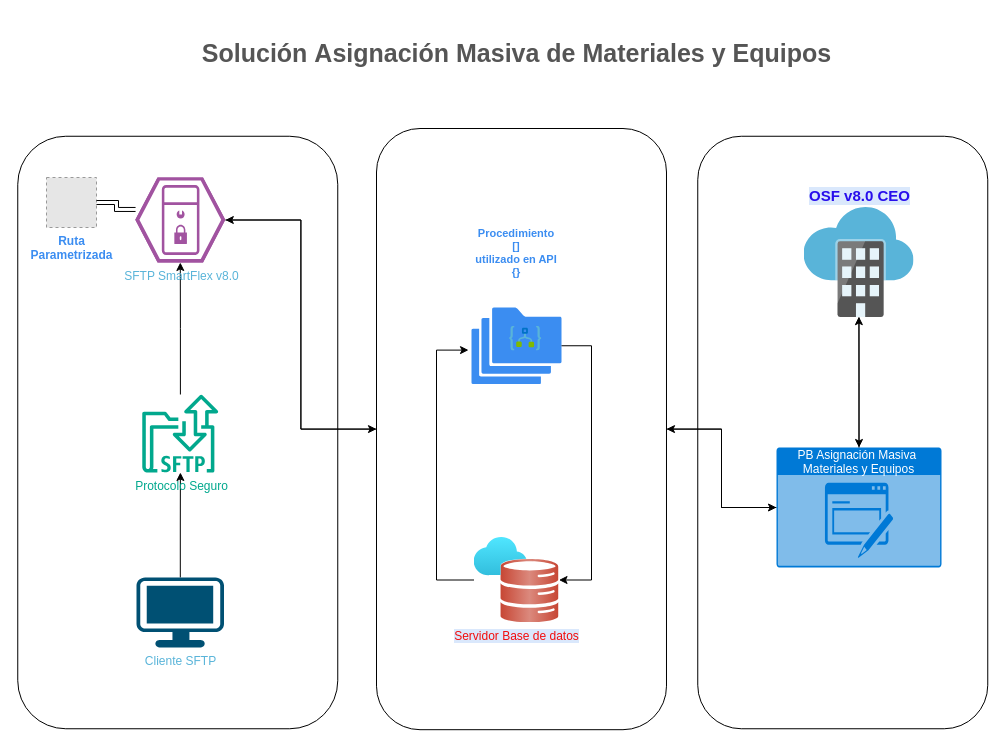
The draw.io diagram Diagrama_Diseño_Aranda_1132_v2.drawio in danieltm1987/Design_arandas_Horbath, before the edit. Source tidied: cells renumbered, new cells numbered last; positions are measured from the earlier drawing's top-left corner, leaving out a move shared by most shapes. Both pictures are drawn from the tidied source at 100%, with x=0, y=0 at pixel (-119, 17). Pictures stored in the file or linked from it are replaced by grey dashed boxes.
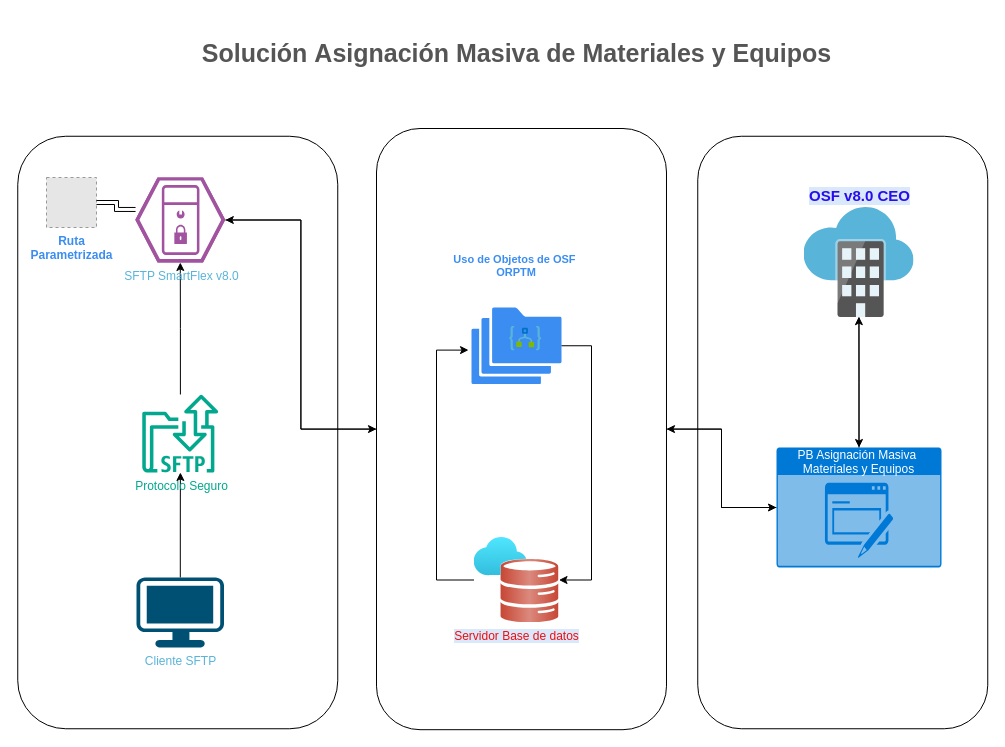
After the change.

Change to the diagram source:
```diff
@@
-    <mxCell id="15" value="Procedimiento&#10;[]&#10;utilizado en API&#10;{}&#10;&#10;" style="group;labelPosition=center;verticalLabelPosition=top;align=center;verticalAlign=bottom;fontStyle=1;fontColor=light-dark(#3b8df1, #ededed);fontSize=11;" parent="1" vertex="1">
+    <mxCell id="15" value="Uso de Objetos de OSF &#10;ORPTM&#10;&#10;" style="group;labelPosition=center;verticalLabelPosition=top;align=center;verticalAlign=bottom;fontStyle=1;fontColor=light-dark(#3b8df1, #ededed);fontSize=11;" parent="1" vertex="1">
       <mxGeometry x="590" y="290" width="90" height="80" as="geometry" />
     </mxCell>
```
